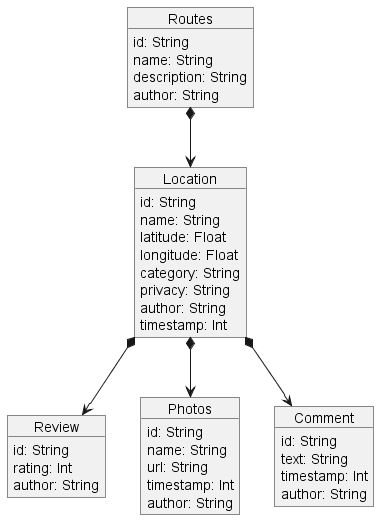
The PlantUML diagram images/Domain model.png in Arquisoft/lomap_es1c, before a commit. The source it was exported from:
```plantuml
@startuml
object Routes{
    id: String
    name: String
    description: String
    author: String
}

object Location{
    id: String
    name: String
    latitude: Float
    longitude: Float
    category: String
    privacy: String
    author: String
    timestamp: Int
}

object Review{
    id: String
    rating: Int
    author: String
}

object Photos{
    id: String
    name: String
    url: String
    timestamp: Int
    author: String
}

object Comment{
    id: String
    text: String
    timestamp: Int
    author: String
}

Routes *--> Location
Location *--> Review
Location *--> Comment
Location *--> Photos
@enduml
```
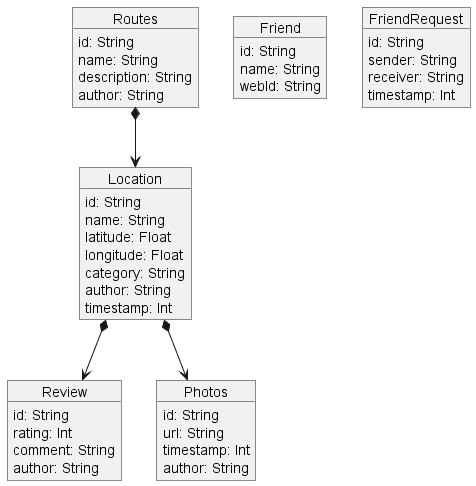
After the change.

Diff of the diagram source:
```diff
@@ -12,7 +12,6 @@
     latitude: Float
     longitude: Float
     category: String
-    privacy: String
     author: String
     timestamp: Int
 }
@@ -20,26 +19,31 @@
 object Review{
     id: String
     rating: Int
+    comment: String
     author: String
 }
 
 object Photos{
     id: String
-    name: String
     url: String
     timestamp: Int
     author: String
 }
 
-object Comment{
+object Friend{
     id: String
-    text: String
+    name: String
+    webId: String
+}
+
+object FriendRequest{
+    id: String
+    sender: String
+    receiver: String
     timestamp: Int
-    author: String
 }
 
 Routes *--> Location
 Location *--> Review
-Location *--> Comment
 Location *--> Photos
 @enduml
```
